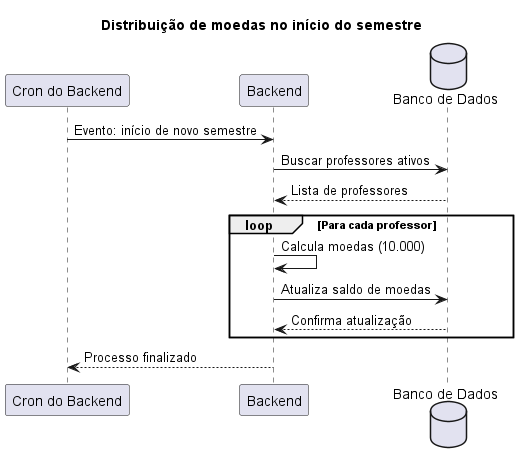
This is docs/sequence-diagrams/EnvioSemestralMoeda.png from jjoaom/PS-PUCMG-StudentCoin, a PlantUML export, as it was before one commit.
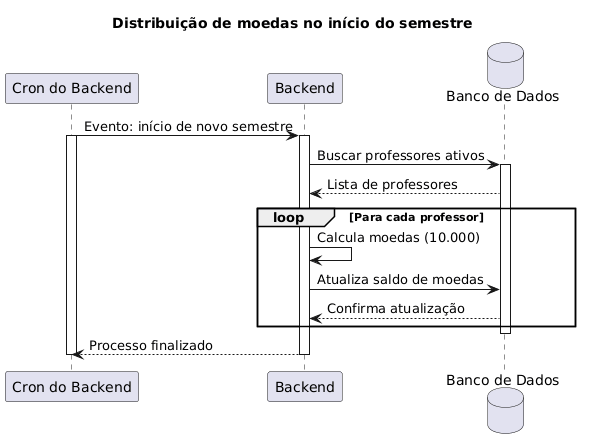
The same file after the commit.

Change to the diagram source:
```diff
@@ -6,8 +6,11 @@
 database "Banco de Dados" as DB
 
 Cron -> Backend: Evento: início de novo semestre
+activate Cron
+activate Backend
 
 Backend -> DB: Buscar professores ativos
+activate DB
 DB --> Backend: Lista de professores
 
 loop Para cada professor
@@ -15,7 +18,8 @@
     Backend -> DB: Atualiza saldo de moedas
     DB --> Backend: Confirma atualização
 end
-
+deactivate DB
 Backend --> Cron: Processo finalizado
-
+deactivate Backend
+deactivate Cron
 @enduml
```
